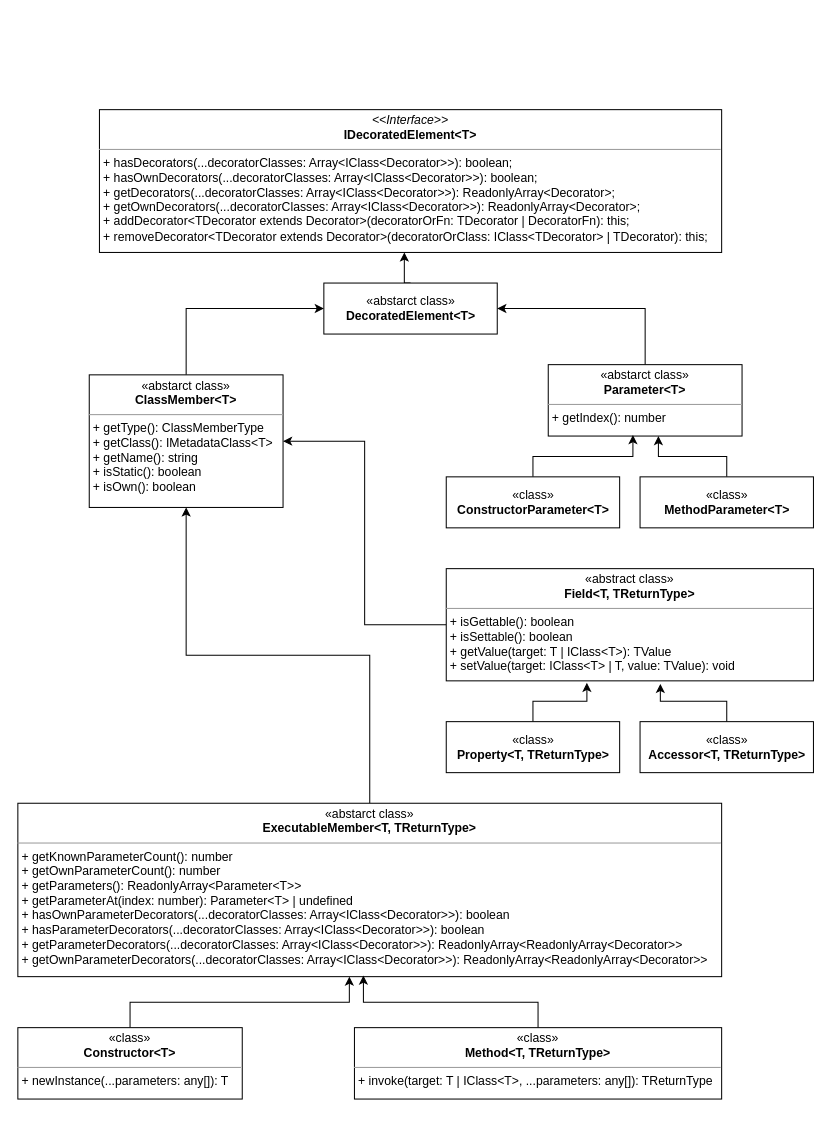
This is packages/reflector/diagrams/reflector-class-members.drawio from semaver/core-stack, a draw.io file, before an edit. Source tidied: cells renumbered, new cells numbered last; positions are measured from the earlier drawing's top-left corner, leaving out a move shared by most shapes. Both pictures are drawn from the tidied source at 102%, with x=0, y=0 at pixel (17, 109).
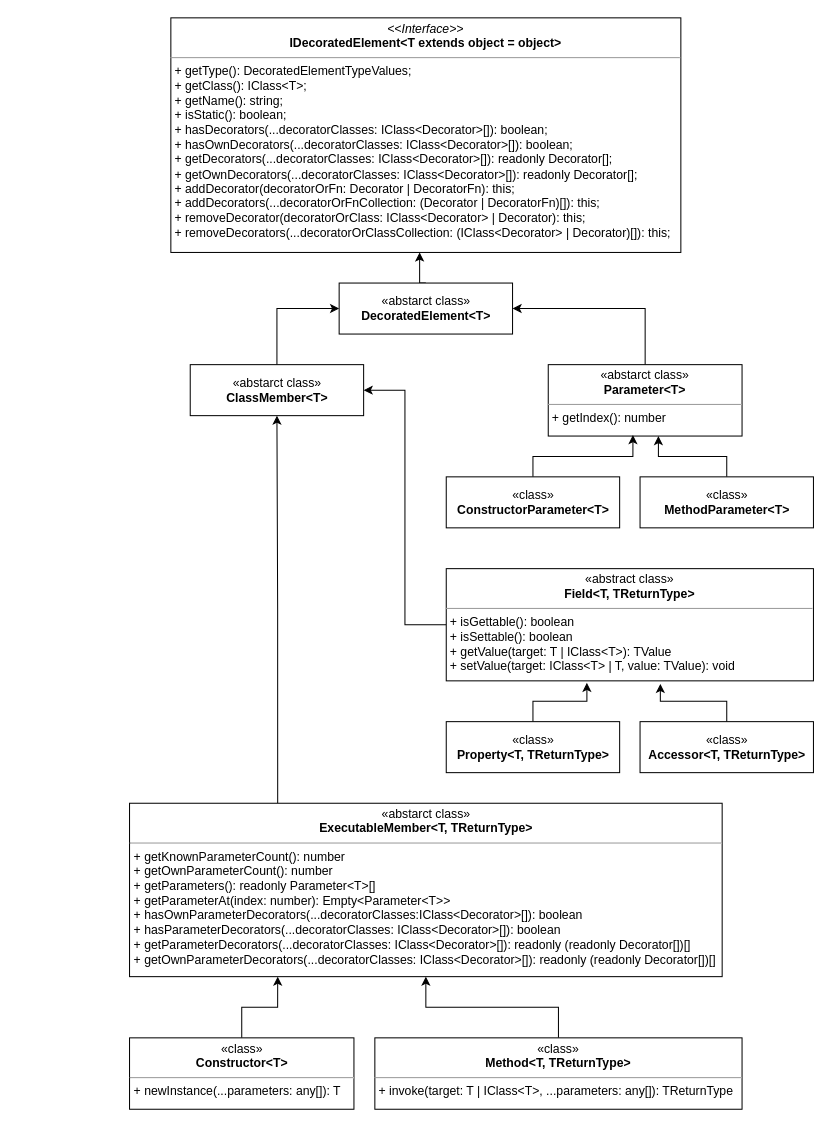
The same page after the edit.

Unchanged cells that the change refers to:
```xml
<mxCell id="16" value="&lt;p style=&quot;margin: 4px 0px 0px&quot;&gt;&lt;/p&gt;&lt;div style=&quot;text-align: center&quot;&gt;&lt;span&gt;«abstract class»&lt;/span&gt;&lt;br&gt;&lt;/div&gt;&lt;div style=&quot;text-align: center&quot;&gt;&lt;span&gt;&lt;b&gt;Field&lt;/b&gt;&lt;/span&gt;&lt;b&gt;&amp;lt;T, TReturnType&amp;gt;&lt;/b&gt;&lt;/div&gt;&lt;hr size=&quot;1&quot;&gt;&lt;p style=&quot;margin: 0px ; margin-left: 4px&quot;&gt;+ isGettable(): boolean&lt;/p&gt;&lt;p style=&quot;margin: 0px ; margin-left: 4px&quot;&gt;+ isSettable(): boolean&lt;/p&gt;&lt;p style=&quot;margin: 0px ; margin-left: 4px&quot;&gt;+ getValue(target: T | IClass&amp;lt;T&amp;gt;): TValue&lt;/p&gt;&lt;p style=&quot;margin: 0px ; margin-left: 4px&quot;&gt;+ setValue(target: IClass&amp;lt;T&amp;gt; | T, value: TValue): void&lt;/p&gt;" style="verticalAlign=middle;align=left;overflow=fill;fontSize=12;fontFamily=Helvetica;html=1;strokeColor=#000000;fillColor=#ffffff;" parent="1" vertex="1">
  <mxGeometry x="420" y="450" width="360" height="110" as="geometry" />
</mxCell>
```

The edit, as a diff of the source:
```diff
@@
-    <mxCell id="2" value="&lt;p style=&quot;margin: 0px ; margin-top: 4px ; text-align: center&quot;&gt;&lt;i&gt;&amp;lt;&amp;lt;Interface&amp;gt;&amp;gt;&lt;/i&gt;&lt;br&gt;&lt;b&gt;IDecoratedElement&amp;lt;T&amp;gt;&lt;/b&gt;&lt;br&gt;&lt;/p&gt;&lt;hr size=&quot;1&quot;&gt;&lt;p style=&quot;margin: 0px ; margin-left: 4px&quot;&gt;+ hasDecorators(...decoratorClasses: Array&amp;lt;IClass&amp;lt;Decorator&amp;gt;&amp;gt;): boolean;&lt;/p&gt;&lt;p style=&quot;margin: 0px ; margin-left: 4px&quot;&gt;+ hasOwnDecorators(...decoratorClasses: Array&amp;lt;IClass&amp;lt;Decorator&amp;gt;&amp;gt;): boolean;&lt;/p&gt;&lt;p style=&quot;margin: 0px ; margin-left: 4px&quot;&gt;+ getDecorators(...decoratorClasses: Array&amp;lt;IClass&amp;lt;Decorator&amp;gt;&amp;gt;): ReadonlyArray&amp;lt;Decorator&amp;gt;;&lt;/p&gt;&lt;p style=&quot;margin: 0px ; margin-left: 4px&quot;&gt;+ getOwnDecorators(...decoratorClasses: Array&amp;lt;IClass&amp;lt;Decorator&amp;gt;&amp;gt;): ReadonlyArray&amp;lt;Decorator&amp;gt;;&lt;/p&gt;&lt;p style=&quot;margin: 0px ; margin-left: 4px&quot;&gt;+ addDecorator&amp;lt;TDecorator extends Decorator&amp;gt;(decoratorOrFn: TDecorator | DecoratorFn): this;&lt;/p&gt;&lt;p style=&quot;margin: 0px ; margin-left: 4px&quot;&gt;+ removeDecorator&amp;lt;TDecorator extends Decorator&amp;gt;(decoratorOrClass: IClass&amp;lt;TDecorator&amp;gt; | TDecorator): this;&lt;/p&gt;" style="verticalAlign=top;align=left;overflow=fill;fontSize=12;fontFamily=Helvetica;html=1;strokeColor=#000000;fillColor=#ffffff;" parent="1" vertex="1">
-      <mxGeometry x="80" width="610" height="140" as="geometry" />
+    <mxCell id="2" value="&lt;p style=&quot;margin: 0px ; margin-top: 4px ; text-align: center&quot;&gt;&lt;i&gt;&amp;lt;&amp;lt;Interface&amp;gt;&amp;gt;&lt;/i&gt;&lt;br&gt;&lt;b&gt;IDecoratedElement&amp;lt;T extends object = object&amp;gt;&lt;/b&gt;&lt;br&gt;&lt;/p&gt;&lt;hr size=&quot;1&quot;&gt;&lt;p style=&quot;margin: 0px ; margin-left: 4px&quot;&gt;+&amp;nbsp;getType(): DecoratedElementTypeValues;&lt;/p&gt;&lt;p style=&quot;margin: 0px ; margin-left: 4px&quot;&gt;+&amp;nbsp;getClass(): IClass&amp;lt;T&amp;gt;;&lt;/p&gt;&lt;p style=&quot;margin: 0px ; margin-left: 4px&quot;&gt;+ getName(): string;&lt;br&gt;&lt;/p&gt;&lt;p style=&quot;margin: 0px ; margin-left: 4px&quot;&gt;+ isStatic(): boolean;&lt;br&gt;&lt;/p&gt;&lt;p style=&quot;margin: 0px ; margin-left: 4px&quot;&gt;+ hasDecorators(...decoratorClasses: IClass&amp;lt;Decorator&amp;gt;[]): boolean;&lt;/p&gt;&lt;p style=&quot;margin: 0px ; margin-left: 4px&quot;&gt;+ hasOwnDecorators(...decoratorClasses: IClass&amp;lt;Decorator&amp;gt;[]): boolean;&lt;/p&gt;&lt;p style=&quot;margin: 0px ; margin-left: 4px&quot;&gt;+ getDecorators(...decoratorClasses: IClass&amp;lt;Decorator&amp;gt;[]): readonly Decorator[];&lt;/p&gt;&lt;p style=&quot;margin: 0px ; margin-left: 4px&quot;&gt;+ getOwnDecorators(...decoratorClasses: IClass&amp;lt;Decorator&amp;gt;[]): readonly Decorator[];&lt;/p&gt;&lt;p style=&quot;margin: 0px ; margin-left: 4px&quot;&gt;+ addDecorator(decoratorOrFn: Decorator | DecoratorFn): this;&lt;/p&gt;&lt;p style=&quot;margin: 0px ; margin-left: 4px&quot;&gt;+ addDecorators(...decoratorOrFnCollection: (Decorator | DecoratorFn)[]): this;&lt;br&gt;&lt;/p&gt;&lt;p style=&quot;margin: 0px ; margin-left: 4px&quot;&gt;+ removeDecorator(decoratorOrClass: IClass&amp;lt;Decorator&amp;gt; | Decorator): this;&lt;/p&gt;&lt;p style=&quot;margin: 0px ; margin-left: 4px&quot;&gt;+ removeDecorators(...decoratorOrClassCollection: (IClass&amp;lt;Decorator&amp;gt; | Decorator)[]): this;&lt;/p&gt;" style="verticalAlign=top;align=left;overflow=fill;fontSize=12;fontFamily=Helvetica;html=1;strokeColor=#000000;fillColor=#ffffff;" parent="1" vertex="1">
+      <mxGeometry x="150" y="-90" width="500" height="230" as="geometry" />
     </mxCell>
-    <mxCell id="3" style="edgeStyle=orthogonalEdgeStyle;rounded=0;jettySize=auto;html=1;exitX=0.5;exitY=0;exitDx=0;exitDy=0;entryX=0.49;entryY=1;entryDx=0;entryDy=0;entryPerimeter=0;" parent="1" edge="1" source="4" target="2">
-      <mxGeometry relative="1" as="geometry" />
+    <mxCell id="3" style="edgeStyle=orthogonalEdgeStyle;rounded=0;jettySize=auto;html=1;exitX=0.5;exitY=0;exitDx=0;exitDy=0;entryX=0.49;entryY=1;entryDx=0;entryDy=0;entryPerimeter=0;" parent="1" edge="1" source="4">
+      <mxGeometry relative="1" as="geometry">
+        <mxPoint x="393.9" y="140" as="targetPoint" />
+      </mxGeometry>
     </mxCell>
     <mxCell id="4" value="«abstarct class»&lt;br&gt;&lt;b&gt;DecoratedElement&amp;lt;T&amp;gt;&lt;/b&gt;" style="html=1;strokeColor=#000000;fillColor=#ffffff;align=center;" parent="1" vertex="1">
-      <mxGeometry x="300" y="170" width="170" height="50" as="geometry" />
+      <mxGeometry x="315" y="170" width="170" height="50" as="geometry" />
     </mxCell>
-    <mxCell id="5" style="edgeStyle=orthogonalEdgeStyle;rounded=0;jettySize=auto;html=1;exitX=0.5;exitY=0;exitDx=0;exitDy=0;entryX=0;entryY=0.5;entryDx=0;entryDy=0;" parent="1" edge="1" source="6" target="4">
-      <mxGeometry relative="1" as="geometry" />
-    </mxCell>
-    <mxCell id="6" value="&lt;p style=&quot;margin: 4px 0px 0px&quot;&gt;&lt;/p&gt;&lt;div style=&quot;text-align: center&quot;&gt;&lt;span&gt;«abstarct class»&lt;/span&gt;&lt;br&gt;&lt;/div&gt;&lt;div style=&quot;text-align: center&quot;&gt;&lt;span&gt;&lt;b&gt;ClassMember&lt;/b&gt;&lt;/span&gt;&lt;b&gt;&amp;lt;T&amp;gt;&lt;/b&gt;&lt;/div&gt;&lt;hr size=&quot;1&quot;&gt;&lt;p style=&quot;margin: 0px ; margin-left: 4px&quot;&gt;+ getType(): ClassMemberType&lt;/p&gt;&lt;p style=&quot;margin: 0px ; margin-left: 4px&quot;&gt;+ getClass(): IMetadataClass&amp;lt;T&amp;gt;&lt;/p&gt;&lt;p style=&quot;margin: 0px ; margin-left: 4px&quot;&gt;+ getName(): string&lt;/p&gt;&lt;p style=&quot;margin: 0px ; margin-left: 4px&quot;&gt;+ isStatic(): boolean&lt;/p&gt;&lt;p style=&quot;margin: 0px ; margin-left: 4px&quot;&gt;+ isOwn(): boolean&lt;/p&gt;" style="verticalAlign=middle;align=left;overflow=fill;fontSize=12;fontFamily=Helvetica;html=1;strokeColor=#000000;fillColor=#ffffff;" parent="1" vertex="1">
-      <mxGeometry x="70" y="260" width="190" height="130" as="geometry" />
-    </mxCell>
@@
-    <mxCell id="9" style="edgeStyle=orthogonalEdgeStyle;rounded=0;jettySize=auto;html=1;exitX=0.5;exitY=0;exitDx=0;exitDy=0;entryX=0.5;entryY=1;entryDx=0;entryDy=0;" parent="1" edge="1" source="10" target="6">
-      <mxGeometry relative="1" as="geometry" />
-    </mxCell>
+    <mxCell id="25" style="edgeStyle=orthogonalEdgeStyle;rounded=0;jettySize=auto;html=1;exitX=0.25;exitY=0;exitDx=0;exitDy=0;entryX=0.5;entryY=1;entryDx=0;entryDy=0;" parent="1" edge="1" source="10" target="27">
+      <mxGeometry relative="1" as="geometry" />
+    </mxCell>
-    <mxCell id="10" value="&lt;p style=&quot;margin: 4px 0px 0px&quot;&gt;&lt;/p&gt;&lt;div style=&quot;text-align: center&quot;&gt;&lt;span&gt;«abstarct class»&lt;/span&gt;&lt;br&gt;&lt;/div&gt;&lt;div style=&quot;text-align: center&quot;&gt;&lt;span&gt;&lt;b&gt;ExecutableMember&amp;lt;T, TReturnType&amp;gt;&lt;/b&gt;&lt;/span&gt;&lt;/div&gt;&lt;hr size=&quot;1&quot;&gt;&lt;p style=&quot;margin: 0px ; margin-left: 4px&quot;&gt;+ getKnownParameterCount(): number&lt;/p&gt;&lt;p style=&quot;margin: 0px ; margin-left: 4px&quot;&gt;+ getOwnParameterCount(): number&lt;/p&gt;&lt;p style=&quot;margin: 0px ; margin-left: 4px&quot;&gt;+ getParameters(): ReadonlyArray&amp;lt;Parameter&amp;lt;T&amp;gt;&amp;gt;&lt;/p&gt;&lt;p style=&quot;margin: 0px ; margin-left: 4px&quot;&gt;+ getParameterAt(index: number): Parameter&amp;lt;T&amp;gt; | undefined&lt;/p&gt;&lt;p style=&quot;margin: 0px ; margin-left: 4px&quot;&gt;+ hasOwnParameterDecorators(...decoratorClasses: Array&amp;lt;IClass&amp;lt;Decorator&amp;gt;&amp;gt;): boolean&lt;/p&gt;&lt;p style=&quot;margin: 0px ; margin-left: 4px&quot;&gt;+ hasParameterDecorators(...decoratorClasses: Array&amp;lt;IClass&amp;lt;Decorator&amp;gt;&amp;gt;): boolean&lt;/p&gt;&lt;p style=&quot;margin: 0px ; margin-left: 4px&quot;&gt;+ getParameterDecorators(...decoratorClasses: Array&amp;lt;IClass&amp;lt;Decorator&amp;gt;&amp;gt;): ReadonlyArray&amp;lt;ReadonlyArray&amp;lt;Decorator&amp;gt;&amp;gt;&lt;/p&gt;&lt;p style=&quot;margin: 0px ; margin-left: 4px&quot;&gt;+ getOwnParameterDecorators(...decoratorClasses: Array&amp;lt;IClass&amp;lt;Decorator&amp;gt;&amp;gt;): ReadonlyArray&amp;lt;ReadonlyArray&amp;lt;Decorator&amp;gt;&amp;gt;&lt;/p&gt;" style="verticalAlign=middle;align=left;overflow=fill;fontSize=12;fontFamily=Helvetica;html=1;strokeColor=#000000;fillColor=#ffffff;" parent="1" vertex="1">
-      <mxGeometry y="680" width="690" height="170" as="geometry" />
+    <mxCell id="10" value="&lt;p style=&quot;margin: 4px 0px 0px&quot;&gt;&lt;/p&gt;&lt;div style=&quot;text-align: center&quot;&gt;&lt;span&gt;«abstarct class»&lt;/span&gt;&lt;br&gt;&lt;/div&gt;&lt;div style=&quot;text-align: center&quot;&gt;&lt;span&gt;&lt;b&gt;ExecutableMember&amp;lt;T, TReturnType&amp;gt;&lt;/b&gt;&lt;/span&gt;&lt;/div&gt;&lt;hr size=&quot;1&quot;&gt;&lt;p style=&quot;margin: 0px ; margin-left: 4px&quot;&gt;+ getKnownParameterCount(): number&lt;/p&gt;&lt;p style=&quot;margin: 0px ; margin-left: 4px&quot;&gt;+ getOwnParameterCount(): number&lt;/p&gt;&lt;p style=&quot;margin: 0px ; margin-left: 4px&quot;&gt;+ getParameters(): readonly&amp;nbsp;&lt;span style=&quot;background-color: initial;&quot;&gt;Parameter&amp;lt;T&amp;gt;[]&lt;/span&gt;&lt;/p&gt;&lt;p style=&quot;margin: 0px ; margin-left: 4px&quot;&gt;+ getParameterAt(index: number): Empty&amp;lt;Parameter&amp;lt;T&amp;gt;&amp;gt;&lt;/p&gt;&lt;p style=&quot;margin: 0px ; margin-left: 4px&quot;&gt;+ hasOwnParameterDecorators(...decoratorClasses:IClass&amp;lt;Decorator&amp;gt;[]): boolean&lt;/p&gt;&lt;p style=&quot;margin: 0px ; margin-left: 4px&quot;&gt;+ hasParameterDecorators(...decoratorClasses: IClass&amp;lt;Decorator&amp;gt;[]): boolean&lt;/p&gt;&lt;p style=&quot;margin: 0px ; margin-left: 4px&quot;&gt;+ getParameterDecorators(...decoratorClasses: IClass&amp;lt;Decorator&amp;gt;[]): readonly (readonly Decorator[])[]&lt;/p&gt;&lt;p style=&quot;margin: 0px ; margin-left: 4px&quot;&gt;+ getOwnParameterDecorators(...decoratorClasses: IClass&amp;lt;Decorator&amp;gt;[]): readonly (readonly Decorator[])[]&lt;/p&gt;" style="verticalAlign=middle;align=left;overflow=fill;fontSize=12;fontFamily=Helvetica;html=1;strokeColor=#000000;fillColor=#ffffff;" parent="1" vertex="1">
+      <mxGeometry x="109.5" y="680" width="581" height="170" as="geometry" />
     </mxCell>
-    <mxCell id="11" style="edgeStyle=orthogonalEdgeStyle;rounded=0;jettySize=auto;html=1;exitX=0.5;exitY=0;exitDx=0;exitDy=0;entryX=0.471;entryY=1;entryDx=0;entryDy=0;entryPerimeter=0;" parent="1" edge="1" source="12" target="10">
+    <mxCell id="11" style="edgeStyle=orthogonalEdgeStyle;rounded=0;jettySize=auto;html=1;exitX=0.5;exitY=0;exitDx=0;exitDy=0;entryX=0.25;entryY=1;entryDx=0;entryDy=0;" parent="1" edge="1" source="12" target="10">
       <mxGeometry relative="1" as="geometry" />
     </mxCell>
     <mxCell id="12" value="&lt;p style=&quot;margin: 4px 0px 0px&quot;&gt;&lt;/p&gt;&lt;div style=&quot;text-align: center&quot;&gt;&lt;span&gt;«class»&lt;/span&gt;&lt;br&gt;&lt;/div&gt;&lt;div style=&quot;text-align: center&quot;&gt;&lt;span&gt;&lt;b&gt;Constructor&lt;/b&gt;&lt;/span&gt;&lt;b&gt;&amp;lt;T&amp;gt;&lt;/b&gt;&lt;/div&gt;&lt;hr size=&quot;1&quot;&gt;&lt;p style=&quot;margin: 0px ; margin-left: 4px&quot;&gt;+&amp;nbsp;newInstance(...parameters: any[]): T&lt;/p&gt;" style="verticalAlign=middle;align=left;overflow=fill;fontSize=12;fontFamily=Helvetica;html=1;strokeColor=#000000;fillColor=#ffffff;" parent="1" vertex="1">
-      <mxGeometry y="900" width="220" height="70" as="geometry" />
+      <mxGeometry x="109.5" y="910" width="220" height="70" as="geometry" />
     </mxCell>
-    <mxCell id="13" style="edgeStyle=orthogonalEdgeStyle;rounded=0;jettySize=auto;html=1;exitX=0.5;exitY=0;exitDx=0;exitDy=0;entryX=0.491;entryY=0.994;entryDx=0;entryDy=0;entryPerimeter=0;" parent="1" edge="1" source="14" target="10">
+    <mxCell id="13" style="edgeStyle=orthogonalEdgeStyle;rounded=0;jettySize=auto;html=1;" parent="1" edge="1" source="14" target="10">
       <mxGeometry relative="1" as="geometry" />
     </mxCell>
     <mxCell id="14" value="&lt;p style=&quot;margin: 4px 0px 0px&quot;&gt;&lt;/p&gt;&lt;div style=&quot;text-align: center&quot;&gt;&lt;span&gt;«class»&lt;/span&gt;&lt;br&gt;&lt;/div&gt;&lt;div style=&quot;text-align: center&quot;&gt;&lt;b&gt;Method&amp;lt;T, TReturnType&amp;gt;&lt;/b&gt;&lt;br&gt;&lt;/div&gt;&lt;hr size=&quot;1&quot;&gt;&lt;p style=&quot;margin: 0px ; margin-left: 4px&quot;&gt;+ invoke(target: T | IClass&amp;lt;T&amp;gt;, ...parameters: any[]): TReturnType&lt;/p&gt;" style="verticalAlign=middle;align=left;overflow=fill;fontSize=12;fontFamily=Helvetica;html=1;strokeColor=#000000;fillColor=#ffffff;" parent="1" vertex="1">
-      <mxGeometry x="330" y="900" width="360" height="70" as="geometry" />
+      <mxGeometry x="350" y="910" width="360" height="70" as="geometry" />
     </mxCell>
-    <mxCell id="15" style="edgeStyle=orthogonalEdgeStyle;rounded=0;jettySize=auto;html=1;exitX=0;exitY=0.5;exitDx=0;exitDy=0;entryX=1;entryY=0.5;entryDx=0;entryDy=0;" parent="1" edge="1" source="16" target="6">
+    <mxCell id="15" style="edgeStyle=orthogonalEdgeStyle;rounded=0;jettySize=auto;html=1;exitX=0;exitY=0.5;exitDx=0;exitDy=0;entryX=1;entryY=0.5;entryDx=0;entryDy=0;" parent="1" edge="1" source="16" target="27">
       <mxGeometry relative="1" as="geometry" />
     </mxCell>
@@
+    <mxCell id="26" style="edgeStyle=orthogonalEdgeStyle;rounded=0;jettySize=auto;html=1;exitX=0.5;exitY=0;exitDx=0;exitDy=0;entryX=0;entryY=0.5;entryDx=0;entryDy=0;" parent="1" edge="1" source="27" target="4">
+      <mxGeometry relative="1" as="geometry" />
+    </mxCell>
+    <mxCell id="27" value="&lt;div&gt;«abstarct class»&lt;br&gt;&lt;/div&gt;&lt;div&gt;&lt;b&gt;ClassMember&lt;/b&gt;&lt;b&gt;&amp;lt;T&amp;gt;&lt;/b&gt;&lt;/div&gt;" style="html=1;strokeColor=#000000;fillColor=#ffffff;align=center;" parent="1" vertex="1">
+      <mxGeometry x="169" y="250" width="170" height="50" as="geometry" />
+    </mxCell>
```
